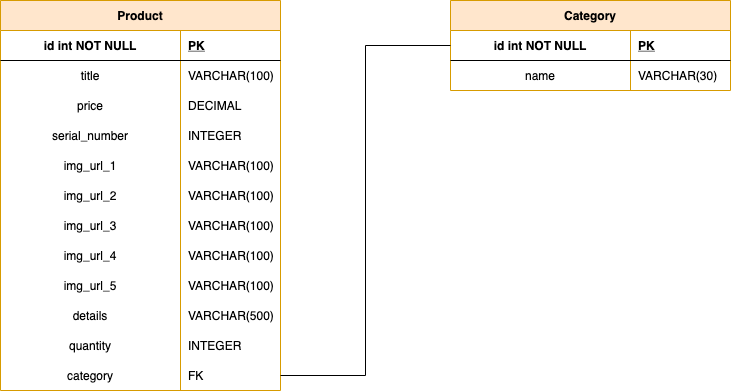
This is database_schema_diagram.png from bfrankie/eCommerceWebApplication, a draw.io export, as it was before one commit. Source tidied: cells renumbered, new cells last; positions are measured from the earlier drawing's top-left corner, leaving out a move shared by most shapes.
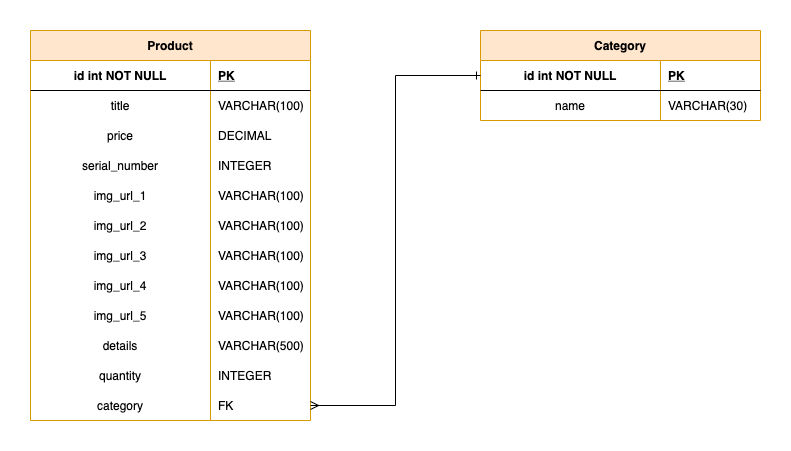
After the change.

Commit message:
Updated DB schema diagram.

Diff of the diagram source:
```diff
@@ -134,7 +134,7 @@
     <mxCell id="45" value="VARCHAR(30)" style="shape=partialRectangle;overflow=hidden;fillColor=none;top=0;left=0;bottom=0;right=0;align=left;spacingLeft=6;" parent="43" vertex="1">
       <mxGeometry x="180" width="100" height="30" as="geometry" />
     </mxCell>
-    <mxCell id="46" style="edgeStyle=orthogonalEdgeStyle;rounded=0;jettySize=auto;html=1;exitX=0;exitY=0.5;exitDx=0;exitDy=0;endArrow=none;endFill=0;" parent="1" edge="1" source="40" target="36">
+    <mxCell id="46" style="edgeStyle=orthogonalEdgeStyle;rounded=0;jettySize=auto;html=1;exitX=0;exitY=0.5;exitDx=0;exitDy=0;endArrow=ERmany;endFill=0;startArrow=ERone;startFill=0;" parent="1" edge="1" source="40" target="36">
       <mxGeometry relative="1" as="geometry" />
     </mxCell>
   </root>
```
